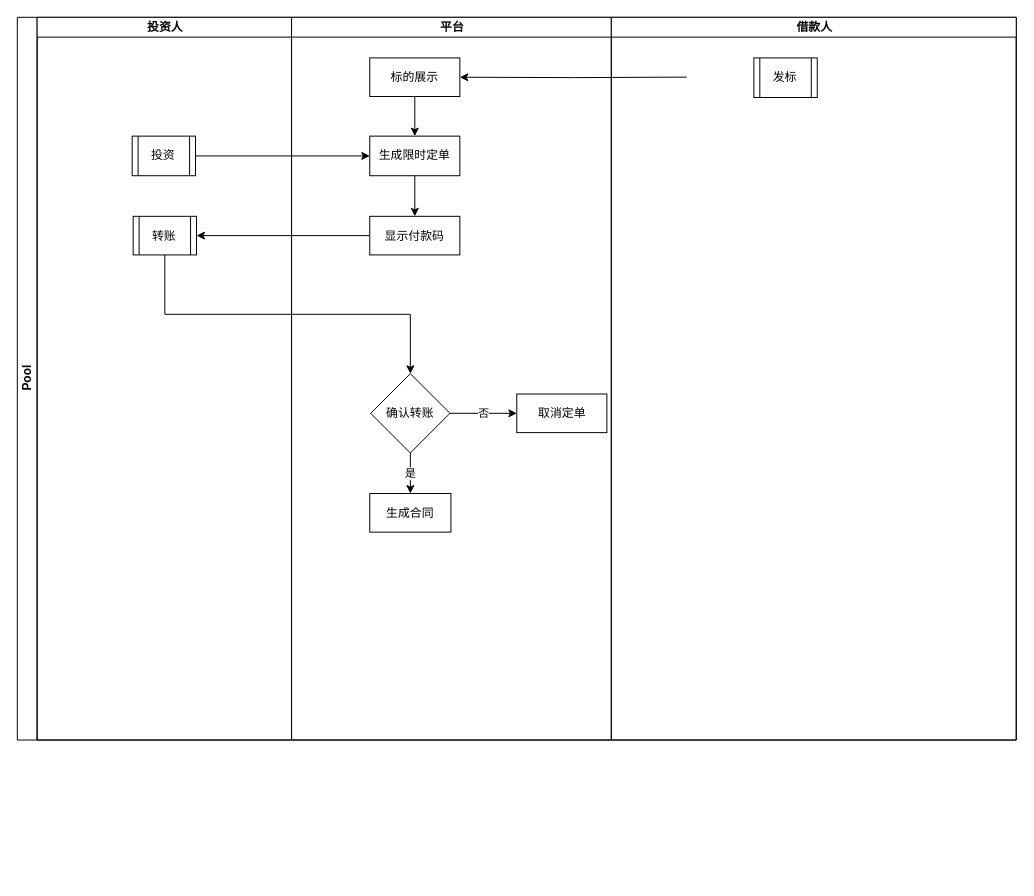
The draw.io diagram p2p-otc.drawio in yiuked/diagram, before the edit. Source tidied: cells renumbered, new cells numbered last; positions are measured from the earlier drawing's top-left corner, leaving out a move shared by most shapes. Both pictures are drawn from the tidied source at 99%, with x=0, y=0 at pixel (17, 17).
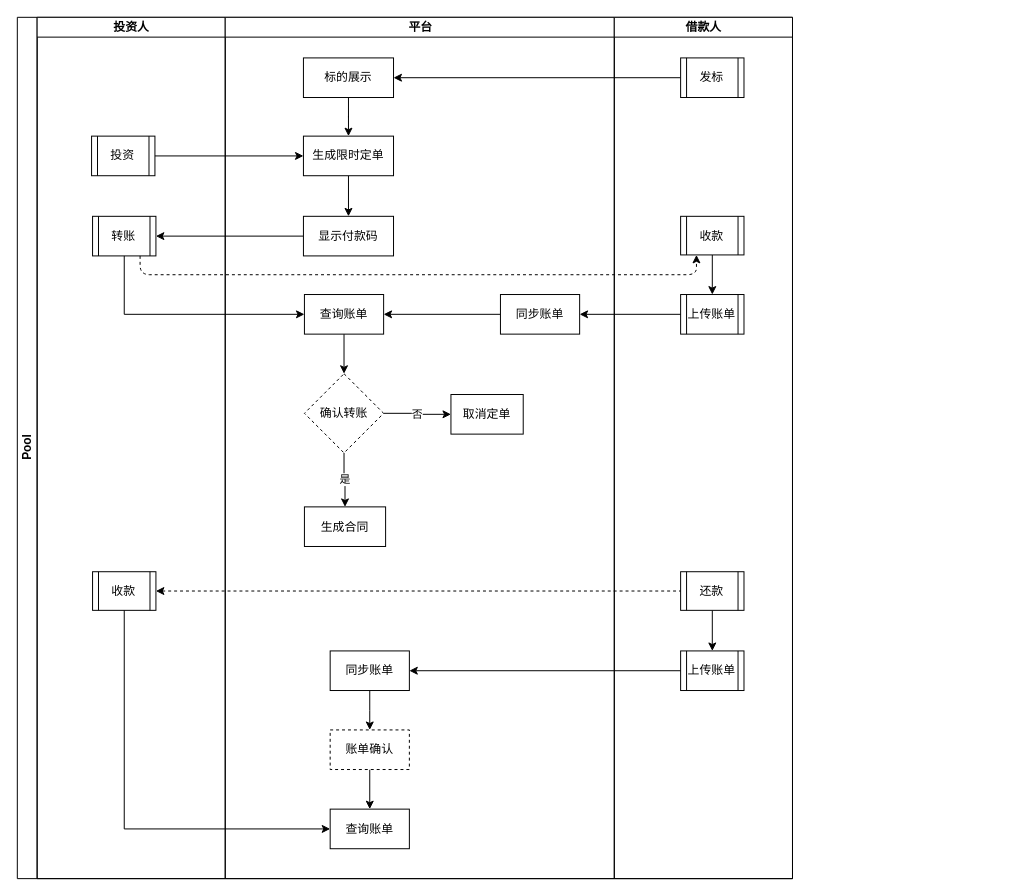
The same page after the edit.

The change refers to these unchanged cells:
```xml
<mxCell id="10" value="生成限时定单" style="rounded=0;whiteSpace=wrap;html=1;" parent="6" vertex="1">
  <mxGeometry x="79" y="120" width="91" height="40" as="geometry" />
</mxCell>
```

Diff of the diagram source:
```diff
@@
     <mxCell id="2" value="Pool" style="swimlane;html=1;startSize=20;horizontal=0;" parent="1" vertex="1">
-      <mxGeometry width="1009" height="730" as="geometry" />
+      <mxGeometry width="783" height="870" as="geometry" />
     </mxCell>
     <mxCell id="3" value="投资人" style="swimlane;html=1;startSize=20;" parent="2" vertex="1">
-      <mxGeometry x="20" width="257" height="730" as="geometry" />
+      <mxGeometry x="20" width="190" height="870" as="geometry" />
     </mxCell>
     <mxCell id="4" value="投资" style="shape=process;whiteSpace=wrap;html=1;backgroundOutline=1;strokeWidth=1;" parent="3" vertex="1">
-      <mxGeometry x="96" y="120" width="64" height="40" as="geometry" />
+      <mxGeometry x="55" y="120" width="64" height="40" as="geometry" />
     </mxCell>
     <mxCell id="5" value="转账" style="shape=process;whiteSpace=wrap;html=1;backgroundOutline=1;strokeWidth=1;" parent="3" vertex="1">
-      <mxGeometry x="97" y="201" width="64" height="39" as="geometry" />
+      <mxGeometry x="56" y="201" width="64" height="40" as="geometry" />
     </mxCell>
+    <mxCell id="23" value="收款" style="shape=process;whiteSpace=wrap;html=1;backgroundOutline=1;strokeWidth=1;" parent="3" vertex="1">
+      <mxGeometry x="56" y="560" width="64" height="39" as="geometry" />
+    </mxCell>
+    <mxCell id="19" style="edgeStyle=orthogonalEdgeStyle;rounded=0;jettySize=auto;html=1;" parent="2" edge="1" source="4" target="10">
+      <mxGeometry relative="1" as="geometry" />
+    </mxCell>
+    <mxCell id="20" style="edgeStyle=orthogonalEdgeStyle;rounded=0;jettySize=auto;html=1;exitX=0;exitY=0.5;exitDx=0;exitDy=0;" parent="2" edge="1" source="18" target="8">
+      <mxGeometry relative="1" as="geometry" />
+    </mxCell>
+    <mxCell id="21" style="edgeStyle=orthogonalEdgeStyle;rounded=0;jettySize=auto;html=1;exitX=0;exitY=0.5;exitDx=0;exitDy=0;" parent="2" edge="1" source="11" target="5">
+      <mxGeometry relative="1" as="geometry" />
+    </mxCell>
     <mxCell id="6" value="平台" style="swimlane;html=1;startSize=20;" parent="2" vertex="1">
-      <mxGeometry x="277" width="323" height="730" as="geometry" />
+      <mxGeometry x="210" width="393" height="870" as="geometry" />
     </mxCell>
@@
     <mxCell id="8" value="标的展示" style="rounded=0;whiteSpace=wrap;html=1;" parent="6" vertex="1">
-      <mxGeometry x="79" y="41" width="91" height="39" as="geometry" />
+      <mxGeometry x="79" y="41" width="91" height="40" as="geometry" />
     </mxCell>
@@
     <mxCell id="11" value="&lt;span&gt;显示付款码&lt;/span&gt;" style="rounded=0;whiteSpace=wrap;html=1;" parent="6" vertex="1">
-      <mxGeometry x="79" y="201" width="91" height="39" as="geometry" />
+      <mxGeometry x="79" y="201" width="91" height="40" as="geometry" />
     </mxCell>
@@
-    <mxCell id="14" value="确认转账" style="rhombus;whiteSpace=wrap;html=1;strokeWidth=1;" parent="6" vertex="1">
+    <mxCell id="14" value="确认转账" style="rhombus;whiteSpace=wrap;html=1;strokeWidth=1;dashed=1;" parent="6" vertex="1">
       <mxGeometry x="80" y="360" width="80" height="80" as="geometry" />
     </mxCell>
     <mxCell id="15" value="&lt;span&gt;取消定单&lt;/span&gt;" style="rounded=0;whiteSpace=wrap;html=1;" parent="6" vertex="1">
-      <mxGeometry x="227.5" y="380.5" width="91" height="39" as="geometry" />
+      <mxGeometry x="228" y="381" width="73" height="40" as="geometry" />
     </mxCell>
     <mxCell id="16" value="&lt;span&gt;生成合同&lt;/span&gt;" style="rounded=0;whiteSpace=wrap;html=1;" parent="6" vertex="1">
-      <mxGeometry x="79" y="481" width="82" height="39" as="geometry" />
+      <mxGeometry x="80" y="494.5" width="82" height="40" as="geometry" />
     </mxCell>
+    <mxCell id="24" style="edgeStyle=orthogonalEdgeStyle;rounded=0;jettySize=auto;html=1;exitX=0;exitY=0.5;exitDx=0;exitDy=0;" parent="6" edge="1" source="25" target="27">
+      <mxGeometry relative="1" as="geometry" />
+    </mxCell>
+    <mxCell id="25" value="同步账单" style="rounded=0;whiteSpace=wrap;html=1;" parent="6" vertex="1">
+      <mxGeometry x="278" y="280" width="80" height="40" as="geometry" />
+    </mxCell>
+    <mxCell id="26" style="edgeStyle=orthogonalEdgeStyle;rounded=0;jettySize=auto;html=1;exitX=0.5;exitY=1;exitDx=0;exitDy=0;" parent="6" edge="1" source="27" target="14">
+      <mxGeometry relative="1" as="geometry" />
+    </mxCell>
+    <mxCell id="27" value="查询账单" style="rounded=0;whiteSpace=wrap;html=1;" parent="6" vertex="1">
+      <mxGeometry x="80" y="280" width="80" height="40" as="geometry" />
+    </mxCell>
+    <mxCell id="28" style="edgeStyle=orthogonalEdgeStyle;rounded=0;jettySize=auto;html=1;exitX=0.5;exitY=1;exitDx=0;exitDy=0;startArrow=none;startFill=0;endArrow=classic;endFill=1;" parent="6" edge="1" source="29" target="32">
+      <mxGeometry relative="1" as="geometry" />
+    </mxCell>
+    <mxCell id="29" value="同步账单" style="rounded=0;whiteSpace=wrap;html=1;" parent="6" vertex="1">
+      <mxGeometry x="106" y="640" width="80" height="40" as="geometry" />
+    </mxCell>
+    <mxCell id="30" value="查询账单" style="rounded=0;whiteSpace=wrap;html=1;" parent="6" vertex="1">
+      <mxGeometry x="106" y="799.8" width="80" height="40" as="geometry" />
+    </mxCell>
+    <mxCell id="31" style="edgeStyle=orthogonalEdgeStyle;rounded=0;jettySize=auto;html=1;exitX=0.5;exitY=1;exitDx=0;exitDy=0;startArrow=none;startFill=0;endArrow=classic;endFill=1;" parent="6" edge="1" source="32" target="30">
+      <mxGeometry relative="1" as="geometry" />
+    </mxCell>
+    <mxCell id="32" value="账单确认" style="rounded=0;whiteSpace=wrap;html=1;dashed=1;" parent="6" vertex="1">
+      <mxGeometry x="106" y="719.8" width="80" height="40" as="geometry" />
+    </mxCell>
     <mxCell id="17" value="借款人" style="swimlane;html=1;startSize=20;" parent="2" vertex="1">
-      <mxGeometry x="600" width="409" height="730" as="geometry" />
+      <mxGeometry x="603" width="180" height="870" as="geometry" />
     </mxCell>
     <mxCell id="18" value="发标" style="shape=process;whiteSpace=wrap;html=1;backgroundOutline=1;strokeWidth=1;" parent="17" vertex="1">
-      <mxGeometry x="144" y="41" width="64" height="40" as="geometry" />
+      <mxGeometry x="67" y="41" width="64" height="40" as="geometry" />
     </mxCell>
-    <mxCell id="19" style="edgeStyle=orthogonalEdgeStyle;rounded=0;jettySize=auto;html=1;" parent="2" edge="1" source="4" target="10">
-      <mxGeometry relative="1" as="geometry" />
-    </mxCell>
-    <mxCell id="20" style="edgeStyle=orthogonalEdgeStyle;rounded=0;jettySize=auto;html=1;exitX=0;exitY=0.5;exitDx=0;exitDy=0;" parent="2" edge="1" target="8">
-      <mxGeometry relative="1" as="geometry">
-        <mxPoint x="676.1" y="60.4" as="sourcePoint" />
-      </mxGeometry>
-    </mxCell>
-    <mxCell id="21" style="edgeStyle=orthogonalEdgeStyle;rounded=0;jettySize=auto;html=1;exitX=0;exitY=0.5;exitDx=0;exitDy=0;" parent="2" edge="1" source="11" target="5">
-      <mxGeometry relative="1" as="geometry" />
-    </mxCell>
-    <mxCell id="22" style="edgeStyle=orthogonalEdgeStyle;rounded=0;jettySize=auto;html=1;exitX=0.5;exitY=1;exitDx=0;exitDy=0;entryX=0.5;entryY=0;entryDx=0;entryDy=0;" parent="2" edge="1" source="5" target="14">
-      <mxGeometry relative="1" as="geometry" />
-    </mxCell>
+    <mxCell id="33" style="edgeStyle=orthogonalEdgeStyle;rounded=0;jettySize=auto;html=1;exitX=0.5;exitY=1;exitDx=0;exitDy=0;entryX=0.5;entryY=0;entryDx=0;entryDy=0;" parent="17" edge="1" source="34" target="35">
+      <mxGeometry relative="1" as="geometry" />
+    </mxCell>
+    <mxCell id="34" value="收款" style="shape=process;whiteSpace=wrap;html=1;backgroundOutline=1;strokeWidth=1;" parent="17" vertex="1">
+      <mxGeometry x="67" y="201" width="64" height="39" as="geometry" />
+    </mxCell>
+    <mxCell id="35" value="上传账单" style="shape=process;whiteSpace=wrap;html=1;backgroundOutline=1;strokeWidth=1;" parent="17" vertex="1">
+      <mxGeometry x="67" y="280" width="64" height="40" as="geometry" />
+    </mxCell>
+    <mxCell id="36" style="edgeStyle=orthogonalEdgeStyle;rounded=0;jettySize=auto;html=1;exitX=0.5;exitY=1;exitDx=0;exitDy=0;startArrow=none;startFill=0;endArrow=classic;endFill=1;" parent="17" edge="1" source="37" target="38">
+      <mxGeometry relative="1" as="geometry" />
+    </mxCell>
+    <mxCell id="37" value="还款" style="shape=process;whiteSpace=wrap;html=1;backgroundOutline=1;strokeWidth=1;" parent="17" vertex="1">
+      <mxGeometry x="67" y="560" width="64" height="39" as="geometry" />
+    </mxCell>
+    <mxCell id="38" value="上传账单" style="shape=process;whiteSpace=wrap;html=1;backgroundOutline=1;strokeWidth=1;" parent="17" vertex="1">
+      <mxGeometry x="67" y="640" width="64" height="40" as="geometry" />
+    </mxCell>
+    <mxCell id="39" style="edgeStyle=orthogonalEdgeStyle;rounded=0;jettySize=auto;html=1;exitX=0;exitY=0.5;exitDx=0;exitDy=0;" parent="2" edge="1" source="35" target="25">
+      <mxGeometry relative="1" as="geometry" />
+    </mxCell>
+    <mxCell id="40" style="edgeStyle=orthogonalEdgeStyle;rounded=0;jettySize=auto;html=1;exitX=0.5;exitY=1;exitDx=0;exitDy=0;entryX=0;entryY=0.5;entryDx=0;entryDy=0;" parent="2" edge="1" source="5" target="27">
+      <mxGeometry relative="1" as="geometry" />
+    </mxCell>
+    <mxCell id="41" style="endArrow=classic;dashed=1;html=1;exitX=0.75;exitY=1;exitDx=0;exitDy=0;entryX=0.25;entryY=1;entryDx=0;entryDy=0;endFill=1;" parent="2" edge="1" source="5" target="34">
+      <mxGeometry relative="1" as="geometry">
+        <Array as="points">
+          <mxPoint x="124" y="260" />
+          <mxPoint x="686" y="260" />
+        </Array>
+      </mxGeometry>
+    </mxCell>
+    <mxCell id="42" style="endArrow=none;dashed=1;html=1;entryX=0;entryY=0.5;entryDx=0;entryDy=0;exitX=1;exitY=0.5;exitDx=0;exitDy=0;startArrow=classic;startFill=1;" parent="2" edge="1" source="23" target="37">
+      <mxGeometry relative="1" as="geometry" />
+    </mxCell>
+    <mxCell id="43" style="edgeStyle=orthogonalEdgeStyle;rounded=0;jettySize=auto;html=1;exitX=0;exitY=0.5;exitDx=0;exitDy=0;startArrow=none;startFill=0;endArrow=classic;endFill=1;" parent="2" edge="1" source="38" target="29">
+      <mxGeometry relative="1" as="geometry" />
+    </mxCell>
+    <mxCell id="44" style="edgeStyle=orthogonalEdgeStyle;rounded=0;jettySize=auto;html=1;exitX=0.5;exitY=1;exitDx=0;exitDy=0;entryX=0;entryY=0.5;entryDx=0;entryDy=0;startArrow=none;startFill=0;endArrow=classic;endFill=1;" parent="2" edge="1" source="23" target="30">
+      <mxGeometry relative="1" as="geometry" />
+    </mxCell>
```
